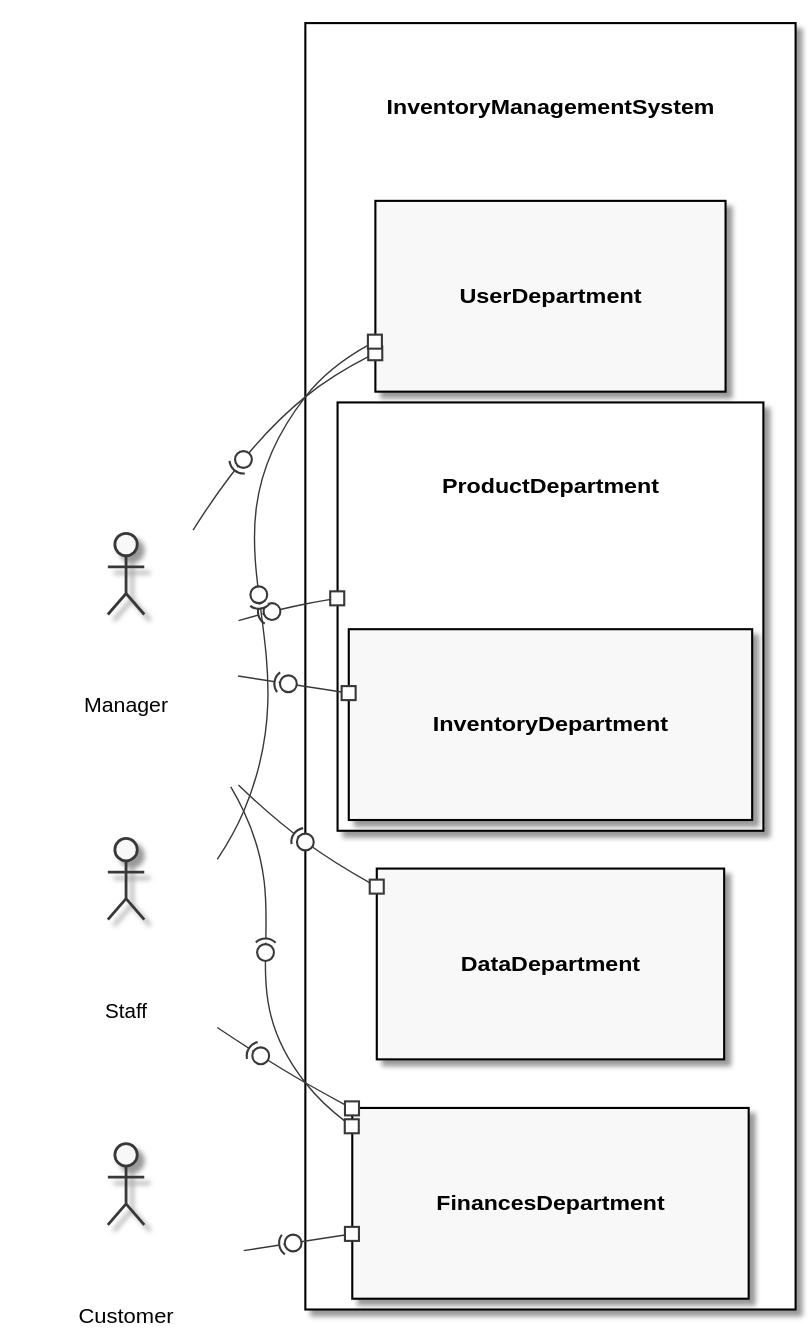
Before: src/main/asciidoc/models/analysis/TopLevelArchitecture.svg, a diagram exported from PlantUML (LimitlessGreen/swt18w43). The source it was exported from:
```plantuml
@startuml

skinparam componentStyle uml2
skinparam monochrome true
skinparam rectangleFontStyle bold
skinparam Padding 50

left to right direction

rectangle InventoryManagementSystem {
    rectangle ProductDepartment {
        rectangle InventoryDepartment
    }
    rectangle FinancesDepartment
    rectangle DataDepartment
    rectangle UserDepartment
}

:Staff:
:Manager:
:Customer:

Manager -(0-# UserDepartment
Manager -(0-# DataDepartment
Manager -(0-# FinancesDepartment
Manager -(0-# ProductDepartment
Manager -(0-# InventoryDepartment
Staff -(0-# UserDepartment
Staff -(0-# FinancesDepartment
Customer -(0-# FinancesDepartment

@enduml
```
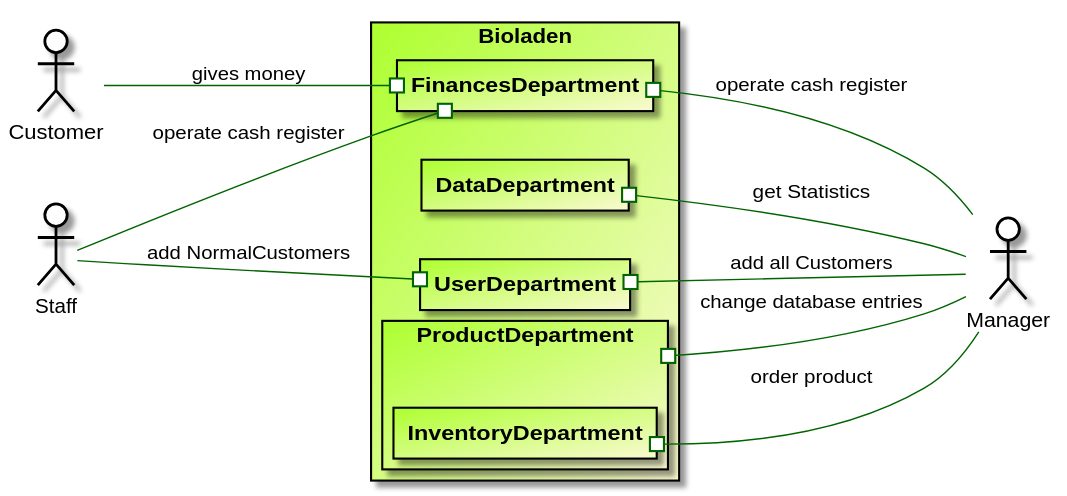
The same file after the commit.

Change to the diagram source:
```diff
@@ -1,13 +1,16 @@
 @startuml
 
 skinparam componentStyle uml2
-skinparam monochrome true
 skinparam rectangleFontStyle bold
-skinparam Padding 50
+skinparam rectangleBackgroundColor 	#GreenYellow/LightGoldenRodYellow
+skinparam ArrowFontColor black
+skinparam ArrowColor darkgreen
+skinparam ActorBorderColor black
+skinparam ActorBackgroundColor white
 
 left to right direction
 
-rectangle InventoryManagementSystem {
+rectangle Bioladen {
     rectangle ProductDepartment {
         rectangle InventoryDepartment
     }
@@ -20,13 +23,13 @@
 :Manager:
 :Customer:
 
-Manager -(0-# UserDepartment
-Manager -(0-# DataDepartment
-Manager -(0-# FinancesDepartment
-Manager -(0-# ProductDepartment
-Manager -(0-# InventoryDepartment
-Staff -(0-# UserDepartment
-Staff -(0-# FinancesDepartment
-Customer -(0-# FinancesDepartment
+Manager -up-#UserDepartment: add all Customers
+Manager -up-# DataDepartment: get Statistics
+Manager -up-# FinancesDepartment: operate cash register
+Manager -up-# ProductDepartment: change database entries
+Manager -up-# InventoryDepartment: order product
+Staff --# UserDepartment: add NormalCustomers
+Staff --# FinancesDepartment: operate cash register
+Customer --# FinancesDepartment: gives money
 
 @enduml
```
